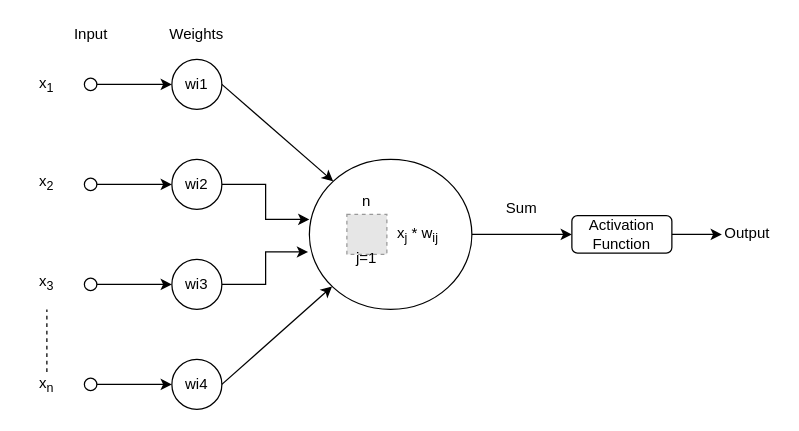
The draw.io diagram Math_NN.drawio in aapowadi/CNN_Research, before the edit. Source tidied: cells renumbered, new cells numbered last; positions are measured from the earlier drawing's top-left corner, leaving out a move shared by most shapes. Both pictures are drawn from the tidied source at 125%, with x=0, y=0 at pixel (21, 21). Pictures stored in the file or linked from it are replaced by grey dashed boxes.
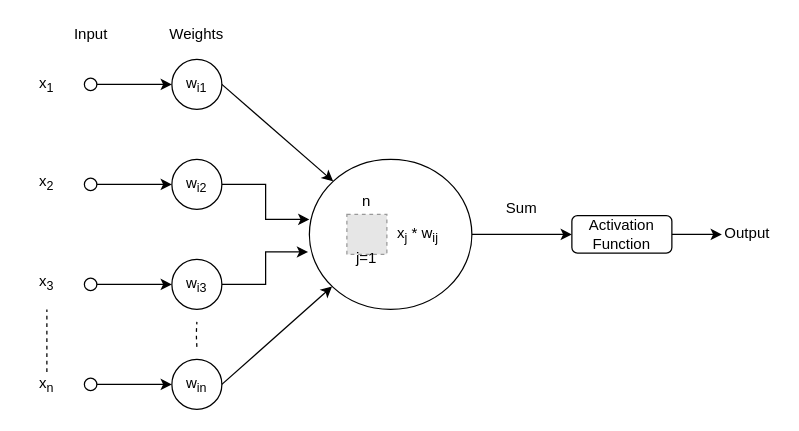
The same page after the edit.

Diff of the diagram source:
```diff
@@
-    <mxCell id="2" value="wi1" style="ellipse;whiteSpace=wrap;html=1;" parent="1" vertex="1">
+    <mxCell id="2" value="w&lt;sub&gt;i1&lt;/sub&gt;" style="ellipse;whiteSpace=wrap;html=1;" parent="1" vertex="1">
       <mxGeometry x="120" y="30" width="40" height="40" as="geometry" />
     </mxCell>
@@
-    <mxCell id="4" value="wi3" style="ellipse;whiteSpace=wrap;html=1;" parent="1" vertex="1">
+    <mxCell id="4" value="w&lt;sub&gt;i3&lt;/sub&gt;" style="ellipse;whiteSpace=wrap;html=1;" parent="1" vertex="1">
       <mxGeometry x="120" y="190" width="40" height="40" as="geometry" />
     </mxCell>
@@
-    <mxCell id="6" value="wi2" style="ellipse;whiteSpace=wrap;html=1;" parent="1" vertex="1">
+    <mxCell id="6" value="w&lt;sub&gt;i2&lt;/sub&gt;" style="ellipse;whiteSpace=wrap;html=1;" parent="1" vertex="1">
       <mxGeometry x="120" y="110" width="40" height="40" as="geometry" />
     </mxCell>
-    <mxCell id="7" value="wi4" style="ellipse;whiteSpace=wrap;html=1;" parent="1" vertex="1">
+    <mxCell id="7" value="w&lt;sub&gt;in&lt;/sub&gt;" style="ellipse;whiteSpace=wrap;html=1;" parent="1" vertex="1">
       <mxGeometry x="120" y="270" width="40" height="40" as="geometry" />
     </mxCell>
@@
+    <mxCell id="36" style="endArrow=none;dashed=1;html=1;" parent="1" edge="1">
+      <mxGeometry relative="1" as="geometry">
+        <mxPoint x="140" y="260" as="sourcePoint" />
+        <mxPoint x="140" y="240" as="targetPoint" />
+        <Array as="points">
+          <mxPoint x="139.5" y="250" />
+        </Array>
+      </mxGeometry>
+    </mxCell>
```
